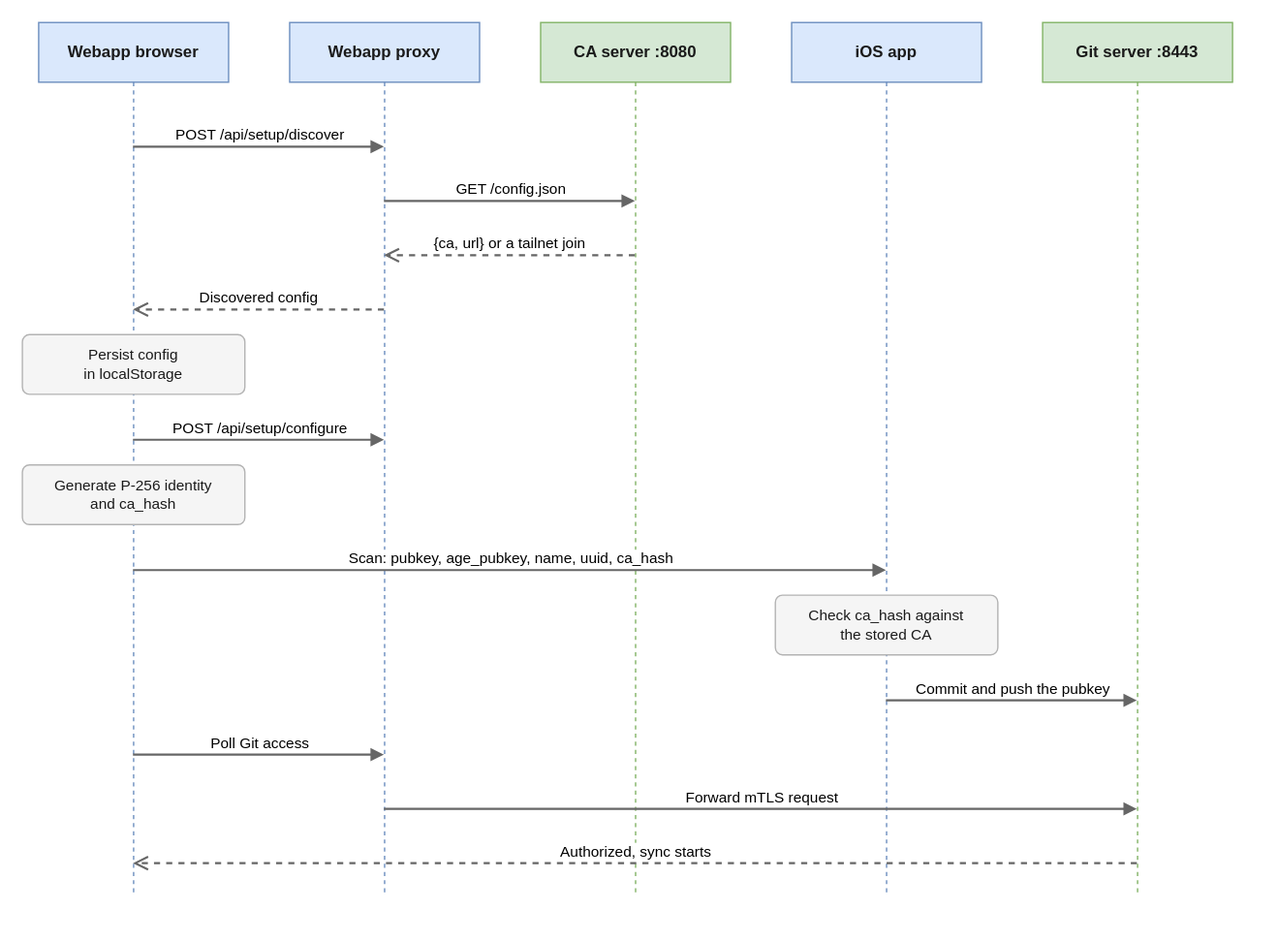
This is docs/docs/gitdb/device-onboarding/webapp-onboarding.drawio.svg from mr-andreas/replycant, a draw.io export, as it was before one commit. Source tidied: cells renumbered, new cells last; positions are measured from the earlier drawing's top-left corner, leaving out a move shared by most shapes.
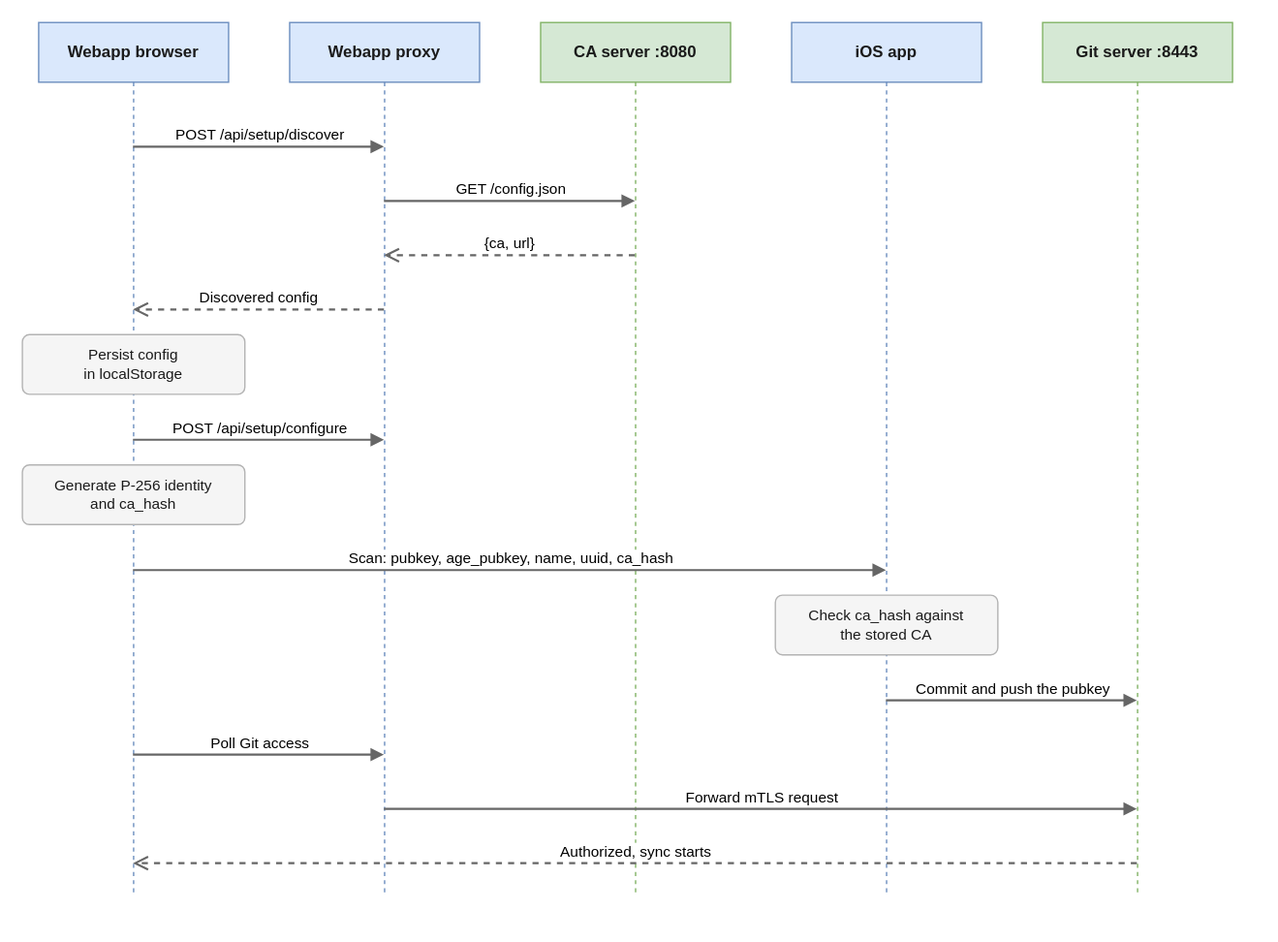
After the commit.

The edit, as a diff of the source:
```diff
@@ -29,7 +29,7 @@
         <mxPoint x="452" y="132" as="targetPoint" />
       </mxGeometry>
     </mxCell>
-    <mxCell id="9" value="{ca, url} or a tailnet join" style="html=1;verticalAlign=bottom;fontSize=11;labelBackgroundColor=default;strokeColor=#666666;strokeWidth=1.5;dashed=1;endArrow=open;endSize=8;" parent="1" edge="1">
+    <mxCell id="9" value="{ca, url}" style="html=1;verticalAlign=bottom;fontSize=11;labelBackgroundColor=default;strokeColor=#666666;strokeWidth=1.5;dashed=1;endArrow=open;endSize=8;" parent="1" edge="1">
       <mxGeometry relative="1" as="geometry">
         <mxPoint x="452" y="172" as="sourcePoint" />
         <mxPoint x="267" y="172" as="targetPoint" />
```
